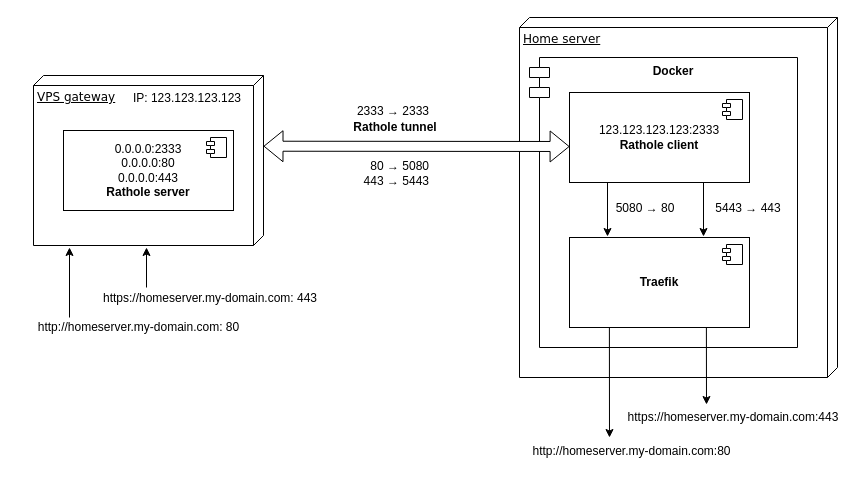
The draw.io diagram src/content/post/2025/04-29-rathole-traefik-home-server/_resources/rathole-traefik-architecture.drawio in nemanjam/nemanjam.github.io, before the edit. Source tidied: cells renumbered, new cells numbered last; positions are measured from the earlier drawing's top-left corner, leaving out a move shared by most shapes. Both pictures are drawn from the tidied source at 100%, with x=0, y=0 at pixel (30, 17).
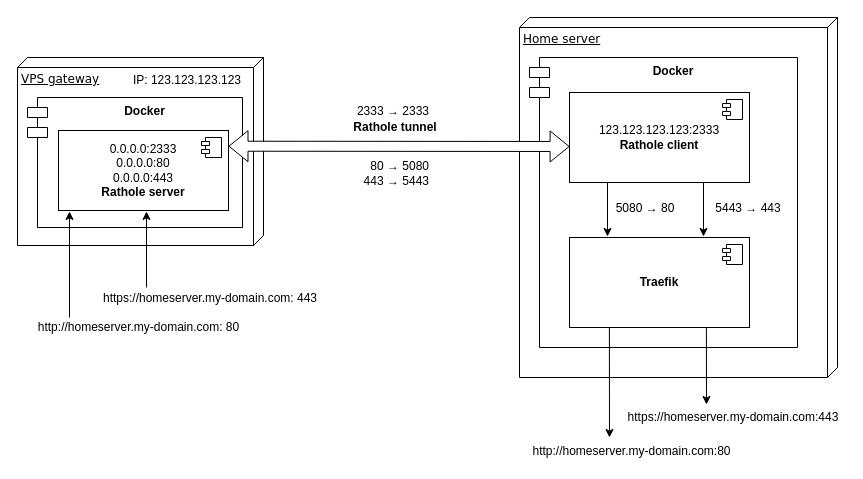
The same page after the edit.

Commit message (it also covers changes not shown here):
fix cgnat and architecture diagram

What changed in the source:
```diff
@@
     <mxCell id="2" value="VPS gateway" style="verticalAlign=top;align=left;spacingTop=8;spacingLeft=2;spacingRight=12;shape=cube;size=10;direction=south;fontStyle=4;html=1;rounded=0;shadow=0;comic=0;labelBackgroundColor=none;strokeWidth=1;fontFamily=Verdana;fontSize=12;" parent="1" vertex="1">
-      <mxGeometry x="3" y="58" width="230" height="170" as="geometry" />
+      <mxGeometry x="-13" y="40" width="246" height="188" as="geometry" />
     </mxCell>
@@
-    <mxCell id="4" value="&lt;div align=&quot;center&quot;&gt;0.0.0.0:2333&lt;br&gt;&lt;/div&gt;&lt;div align=&quot;center&quot;&gt;0.0.0.0:80&lt;br&gt;&lt;/div&gt;&lt;div align=&quot;center&quot;&gt;0.0.0.0:443&lt;/div&gt;&lt;div align=&quot;center&quot;&gt;&lt;b&gt;Rathole server&lt;/b&gt;&lt;/div&gt;" style="html=1;whiteSpace=wrap;align=center;" parent="1" vertex="1">
-      <mxGeometry x="33" y="113" width="170" height="80" as="geometry" />
-    </mxCell>
-    <mxCell id="5" style="shape=module;jettyWidth=8;jettyHeight=4;" parent="4" vertex="1">
-      <mxGeometry x="1" width="20" height="20" relative="1" as="geometry">
-        <mxPoint x="-27" y="7" as="offset" />
-      </mxGeometry>
-    </mxCell>
@@
+    <mxCell id="28" value="Docker" style="shape=module;align=left;spacingLeft=20;align=center;verticalAlign=top;whiteSpace=wrap;html=1;fontStyle=1;" parent="1" vertex="1">
+      <mxGeometry x="-3" y="80" width="215" height="130" as="geometry" />
+    </mxCell>
     <mxCell id="16" style="shape=flexArrow;endArrow=classic;startArrow=classic;html=1;rounded=0;exitX=0.416;exitY=-0.004;exitDx=0;exitDy=0;exitPerimeter=0;entryX=0.006;entryY=0.6;entryDx=0;entryDy=0;entryPerimeter=0;fillColor=default;" parent="1" edge="1">
       <mxGeometry relative="1" as="geometry">
-        <mxPoint x="233" y="128.7" as="sourcePoint" />
+        <mxPoint x="198" y="128.7" as="sourcePoint" />
         <mxPoint x="539.1" y="129" as="targetPoint" />
       </mxGeometry>
     </mxCell>
@@
     <mxCell id="23" style="endArrow=classic;html=1;rounded=0;" parent="1" edge="1">
       <mxGeometry relative="1" as="geometry">
         <mxPoint x="39" y="300" as="sourcePoint" />
-        <mxPoint x="39" y="230" as="targetPoint" />
+        <mxPoint x="39" y="194" as="targetPoint" />
       </mxGeometry>
     </mxCell>
@@
     <mxCell id="25" style="endArrow=classic;html=1;rounded=0;" parent="1" edge="1">
       <mxGeometry relative="1" as="geometry">
         <mxPoint x="116" y="270" as="sourcePoint" />
-        <mxPoint x="116" y="230" as="targetPoint" />
+        <mxPoint x="116" y="194" as="targetPoint" />
       </mxGeometry>
     </mxCell>
@@
     <mxCell id="27" value="IP: 123.123.123.123" style="text;html=1;align=right;verticalAlign=middle;whiteSpace=wrap;rounded=0;" parent="1" vertex="1">
-      <mxGeometry x="91" y="71" width="122" height="20" as="geometry" />
+      <mxGeometry x="91" y="53" width="122" height="20" as="geometry" />
     </mxCell>
+    <mxCell id="4" value="&lt;div align=&quot;center&quot;&gt;0.0.0.0:2333&lt;br&gt;&lt;/div&gt;&lt;div align=&quot;center&quot;&gt;0.0.0.0:80&lt;br&gt;&lt;/div&gt;&lt;div align=&quot;center&quot;&gt;0.0.0.0:443&lt;/div&gt;&lt;div align=&quot;center&quot;&gt;&lt;b&gt;Rathole server&lt;/b&gt;&lt;/div&gt;" style="html=1;whiteSpace=wrap;align=center;" parent="1" vertex="1">
+      <mxGeometry x="28" y="113" width="170" height="80" as="geometry" />
+    </mxCell>
+    <mxCell id="5" style="shape=module;jettyWidth=8;jettyHeight=4;" parent="4" vertex="1">
+      <mxGeometry x="1" width="20" height="20" relative="1" as="geometry">
+        <mxPoint x="-27" y="7" as="offset" />
+      </mxGeometry>
+    </mxCell>
```
